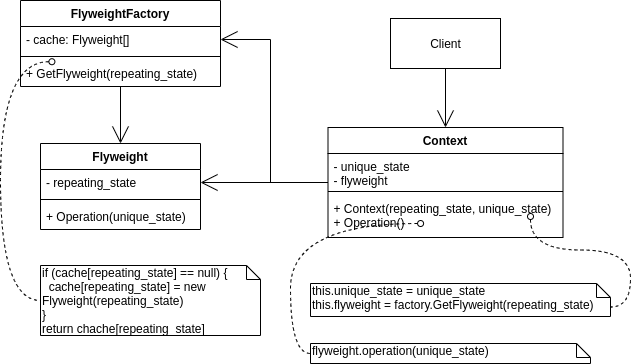
Above: source/images/2020/design_pattern/flyweight.png in yongcongwang/blog (draw.io), before the change. Source tidied: cells renumbered, new cells last; positions are measured from the earlier drawing's top-left corner, leaving out a move shared by most shapes.
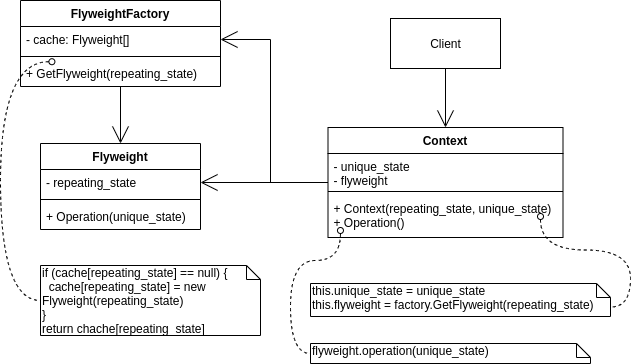
Above is the later version.

The edit, as a diff of the source:
```diff
@@ -24,7 +24,7 @@
     </mxCell>
     <mxCell id="7" style="edgeStyle=orthogonalEdgeStyle;rounded=0;jettySize=auto;html=1;endArrow=none;endFill=0;endSize=15;curved=1;dashed=1;entryX=0;entryY=0;entryDx=300;entryDy=23.5;entryPerimeter=0;startArrow=oval;startFill=0;" parent="1" edge="1" target="8">
       <mxGeometry relative="1" as="geometry">
-        <mxPoint x="530" y="216" as="sourcePoint" />
+        <mxPoint x="540" y="216" as="sourcePoint" />
       </mxGeometry>
     </mxCell>
     <mxCell id="8" value="this.unique_state = unique_state&lt;br&gt;this.flyweight = factory.GetFlyweight(repeating_state)" style="shape=note;whiteSpace=wrap;html=1;size=14;verticalAlign=top;align=left;spacingTop=-6;" parent="1" vertex="1">
@@ -33,10 +33,11 @@
     <mxCell id="9" value="flyweight.operation(unique_state)" style="shape=note;whiteSpace=wrap;html=1;size=14;verticalAlign=top;align=left;spacingTop=-6;" parent="1" vertex="1">
       <mxGeometry x="310" y="343" width="280" height="20" as="geometry" />
     </mxCell>
-    <mxCell id="10" style="edgeStyle=orthogonalEdgeStyle;curved=1;rounded=0;jettySize=auto;html=1;entryX=0;entryY=0.5;entryDx=0;entryDy=0;entryPerimeter=0;dashed=1;startArrow=oval;startFill=0;endArrow=none;endFill=0;endSize=15;exitX=0.394;exitY=0.667;exitDx=0;exitDy=0;exitPerimeter=0;" parent="1" edge="1" source="20" target="9">
+    <mxCell id="10" style="edgeStyle=orthogonalEdgeStyle;curved=1;rounded=0;jettySize=auto;html=1;entryX=0;entryY=0.5;entryDx=0;entryDy=0;entryPerimeter=0;dashed=1;startArrow=oval;startFill=0;endArrow=none;endFill=0;endSize=15;exitX=0.053;exitY=0.833;exitDx=0;exitDy=0;exitPerimeter=0;" parent="1" edge="1" source="20" target="9">
       <mxGeometry relative="1" as="geometry">
         <Array as="points">
-          <mxPoint x="290" y="223" />
+          <mxPoint x="340" y="260" />
+          <mxPoint x="290" y="260" />
           <mxPoint x="290" y="353" />
         </Array>
       </mxGeometry>
```
